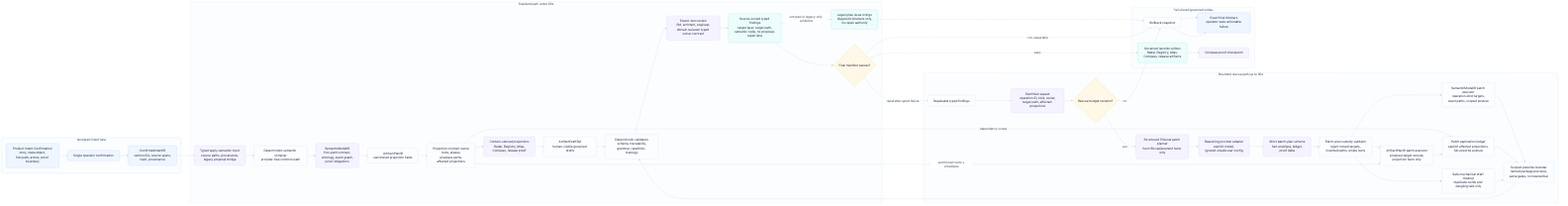
odylith/odylith keeps this Mermaid diagram as odylith/atlas/source/domain-intelligence-greenfield-governance.png. Above is the earlier version. Its source is kept beside it as odylith/atlas/source/domain-intelligence-greenfield-governance.mmd.
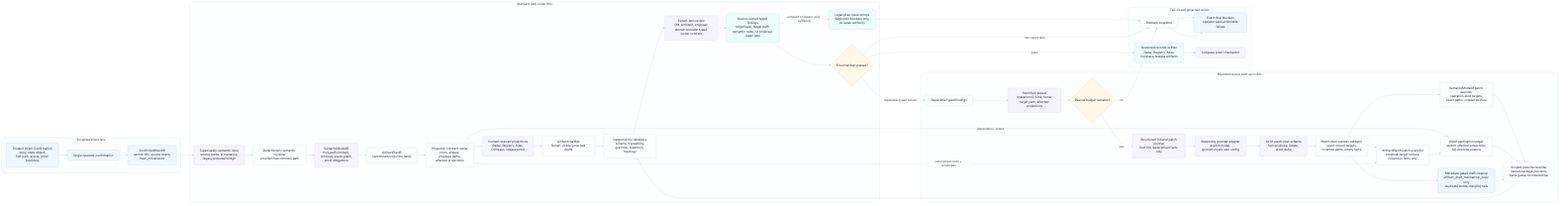
The same diagram one commit later.

What changed in the source:
```diff
@@ -34,7 +34,7 @@
       semantic_apply["SemanticModelIR patch executor<br/>operation-kind targets,<br/>exact paths, scoped posture"]
       plan_apply["ArtifactPlanIR patch executor<br/>proposal-target reroute,<br/>projection facts only"]
       scope_ledger["Patch application ledger<br/>explicit affected projections,<br/>full-prewrite posture"]
-      copy_repair["Safe mechanical draft cleanup<br/>duplicate words and dangling tails only"]
+      copy_repair["Metadata-gated draft cleanup<br/>artifact_draft_mechanical_copy only<br/>duplicate words, dangling tails"]
       rerender["Scoped prewrite rerender<br/>named package previews,<br/>same gates, no lowered bar"]
     end
 
```
